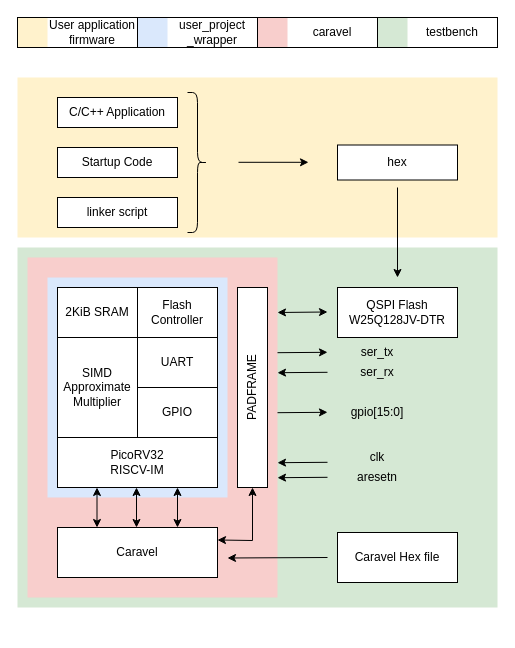
Above: page "Page-5" (5 of 5) of .figs/soc.drawio in LukeVassallo/picosoc-w-approximation (draw.io), before the change. Source tidied: cells renumbered, new cells numbered last; positions are measured from the earlier drawing's top-left corner, leaving out a move shared by most shapes. Both pictures are drawn from the tidied source at 100%, with x=0, y=0 at pixel (17, 17).
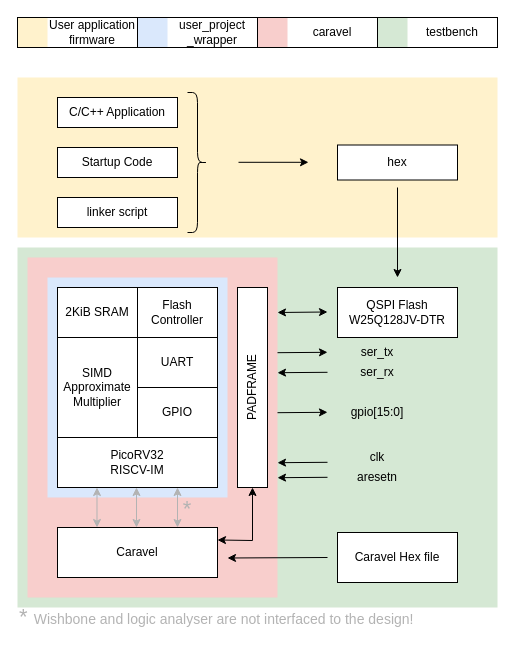
The same page after the edit.

The edit, as a diff of the source:
```diff
@@
-    <mxCell id="31" style="endArrow=classic;startArrow=classic;html=1;rounded=0;" parent="1" edge="1">
+    <mxCell id="31" style="endArrow=classic;startArrow=classic;html=1;rounded=0;strokeColor=#B3B3B3;" parent="1" edge="1">
       <mxGeometry relative="1" as="geometry">
         <mxPoint x="160" y="510" as="sourcePoint" />
         <mxPoint x="160" y="470" as="targetPoint" />
       </mxGeometry>
     </mxCell>
-    <mxCell id="32" style="endArrow=classic;startArrow=classic;html=1;rounded=0;" parent="1" edge="1">
+    <mxCell id="32" style="endArrow=classic;startArrow=classic;html=1;rounded=0;strokeColor=#B3B3B3;" parent="1" edge="1">
       <mxGeometry relative="1" as="geometry">
         <mxPoint x="79.5" y="510" as="sourcePoint" />
         <mxPoint x="79.5" y="470" as="targetPoint" />
       </mxGeometry>
     </mxCell>
-    <mxCell id="33" style="endArrow=classic;startArrow=classic;html=1;rounded=0;" parent="1" edge="1">
+    <mxCell id="33" style="endArrow=classic;startArrow=classic;html=1;rounded=0;strokeColor=#B3B3B3;" parent="1" edge="1">
       <mxGeometry relative="1" as="geometry">
         <mxPoint x="119" y="510" as="sourcePoint" />
         <mxPoint x="119" y="470" as="targetPoint" />
       </mxGeometry>
     </mxCell>
@@
+    <mxCell id="52" value="*" style="text;html=1;strokeColor=none;fillColor=none;align=center;verticalAlign=middle;whiteSpace=wrap;rounded=0;fontColor=#B3B3B3;fontSize=22;" parent="1" vertex="1">
+      <mxGeometry x="140" y="477" width="60" height="30" as="geometry" />
+    </mxCell>
+    <mxCell id="53" value="* &lt;font style=&quot;font-size: 14px;&quot;&gt;Wishbone and logic analyser are not interfaced to the design! &lt;br&gt;&lt;/font&gt;" style="text;html=1;strokeColor=none;fillColor=none;align=left;verticalAlign=middle;whiteSpace=wrap;rounded=0;fontColor=#B3B3B3;fontSize=22;" parent="1" vertex="1">
+      <mxGeometry y="590" width="480" height="20" as="geometry" />
+    </mxCell>
```
